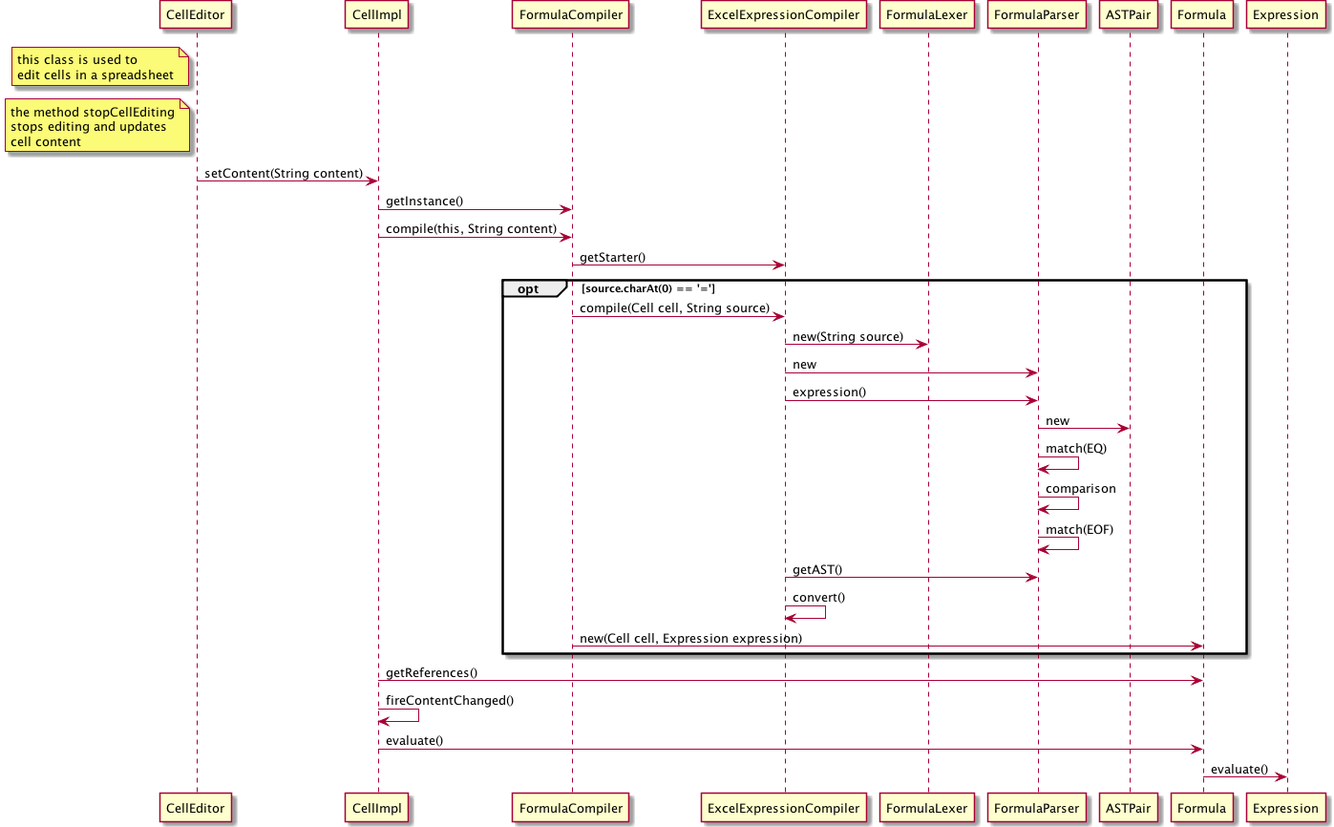
Above: docs/1111168/Diagrams/sd_current_language.png in askpt/LAPR4 (PlantUML), before the change. Source of this version:
```plantuml
@startuml Diagrams/sd_current_language.png
note left of CellEditor
 this class is used to
 edit cells in a spreadsheet
end note
note left of CellEditor
 the method stopCellEditing
 stops editing and updates
 cell content
end note
CellEditor -> CellImpl: setContent(String content)
CellImpl -> FormulaCompiler: getInstance()
CellImpl -> FormulaCompiler: compile(this, String content)
FormulaCompiler -> ExcelExpressionCompiler: getStarter()
opt source.charAt(0) == '='
FormulaCompiler -> ExcelExpressionCompiler: compile(Cell cell, String source)
ExcelExpressionCompiler -> FormulaLexer: new(String source)
ExcelExpressionCompiler -> FormulaParser: new
ExcelExpressionCompiler -> FormulaParser: expression()
FormulaParser -> ASTPair: new
FormulaParser -> FormulaParser: match(EQ)
FormulaParser -> FormulaParser: comparison
FormulaParser -> FormulaParser: match(EOF)
ExcelExpressionCompiler -> FormulaParser: getAST()
ExcelExpressionCompiler -> ExcelExpressionCompiler: convert()
FormulaCompiler -> Formula: new(Cell cell, Expression expression)
end
CellImpl -> Formula: getReferences()
CellImpl -> CellImpl: fireContentChanged()
CellImpl -> Formula: evaluate()
Formula -> Expression: evaluate()
@enduml
```
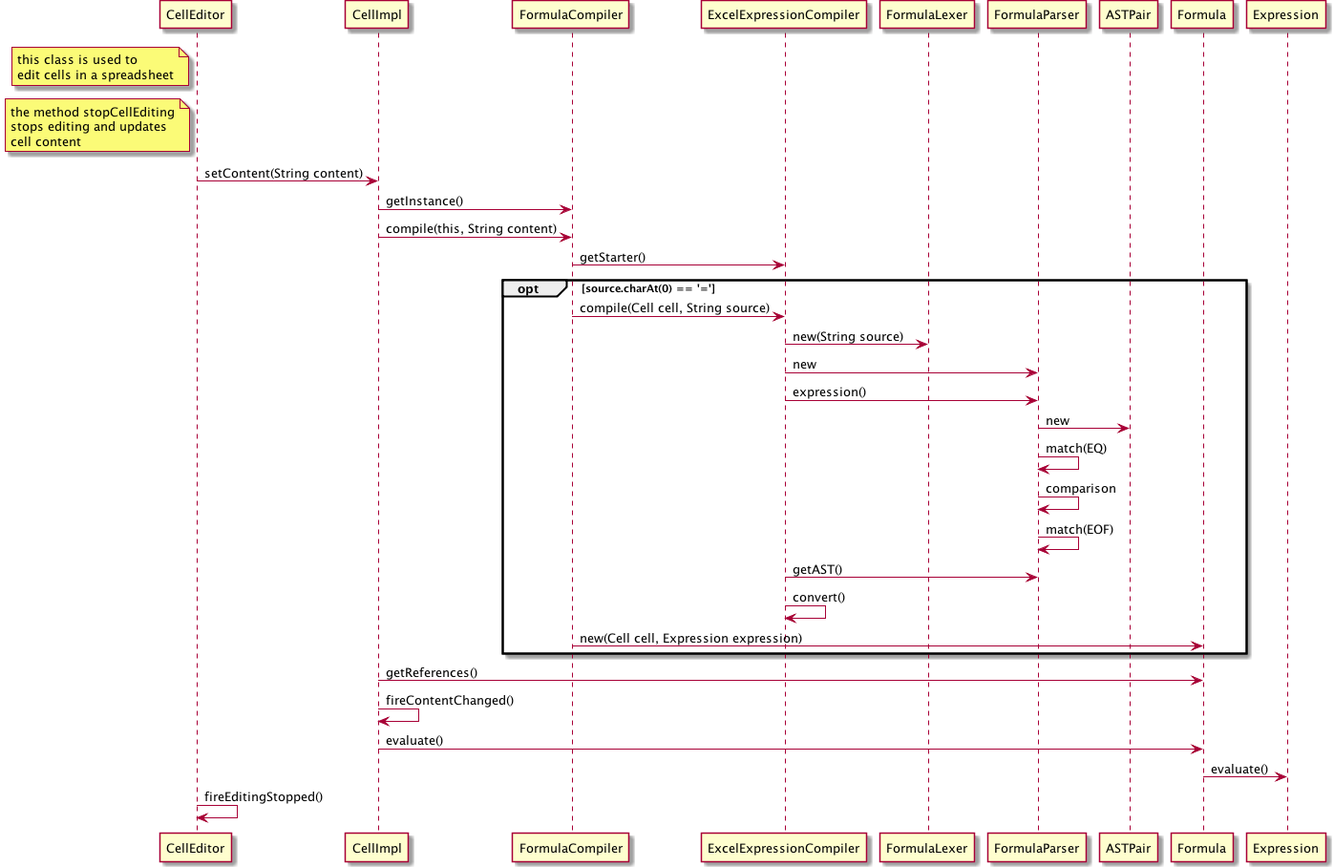
After the commit.

Commit message:
1111168: seq diagram for alternative formulae language ref #4

Change to the diagram source:
```diff
@@ -29,4 +29,5 @@
 CellImpl -> CellImpl: fireContentChanged()
 CellImpl -> Formula: evaluate()
 Formula -> Expression: evaluate()
+CellEditor -> CellEditor: fireEditingStopped()
 @enduml
```
